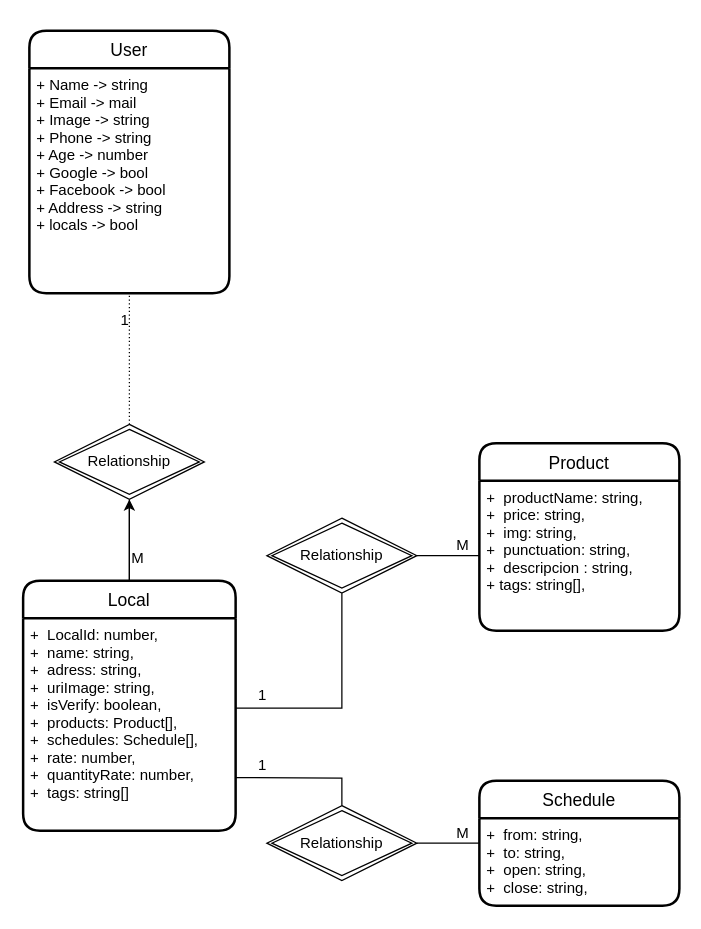
VictorVMHC/Located.API keeps this draw.io diagram as page "Database" (1 of 5) of Documentation/Database.drawio. Above is the earlier version. Source tidied: cells renumbered, new cells numbered last; positions are measured from the earlier drawing's top-left corner, leaving out a move shared by most shapes. Both pictures are drawn from the tidied source at 125%, with x=0, y=0 at pixel (22, 30).
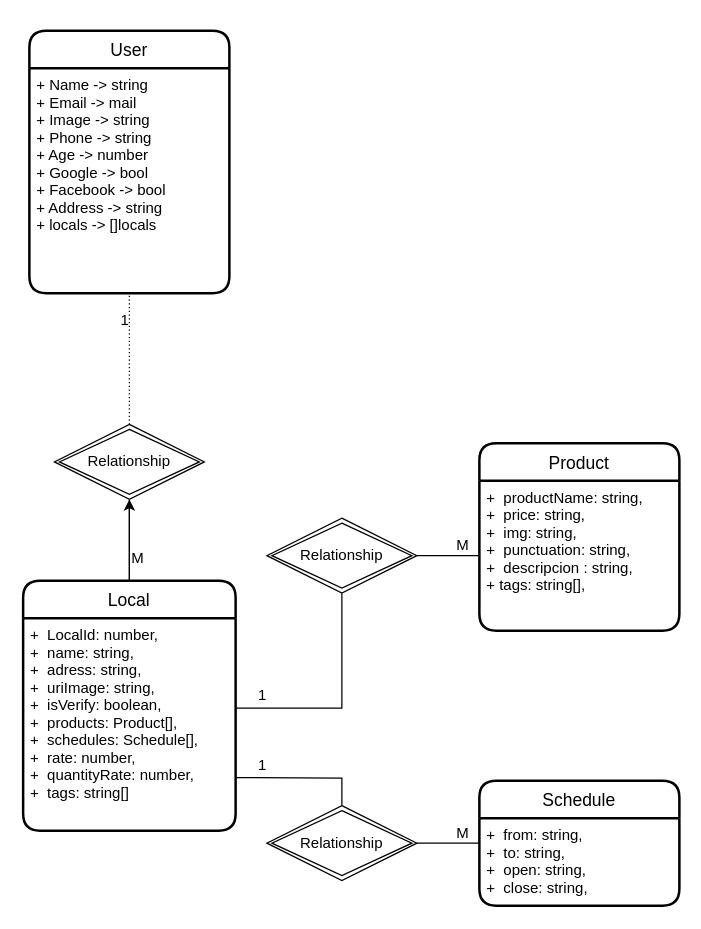
The same diagram, later.

Unchanged cells that the change refers to:
```xml
<mxCell id="3" value="User" style="swimlane;horizontal=1;startSize=30;rounded=1;fontSize=14;fontStyle=0;strokeWidth=2;shadow=0;dashed=0;align=center;" parent="1" vertex="1">
  <mxGeometry x="5" width="160" height="210" as="geometry" />
</mxCell>
```

Diff of the diagram source:
```diff
@@
-    <mxCell id="4" value="+ Name -&gt; string&#10;+ Email -&gt; mail&#10;+ Image -&gt; string&#10;+ Phone -&gt; string&#10;+ Age -&gt; number&#10;+ Google -&gt; bool&#10;+ Facebook -&gt; bool&#10;+ Address -&gt; string&#10;+ locals -&gt; bool&#10;&#10;" style="align=left;strokeColor=none;fillColor=none;spacingLeft=4;fontSize=12;verticalAlign=top;" parent="3" vertex="1">
+    <mxCell id="4" value="+ Name -&gt; string&#10;+ Email -&gt; mail&#10;+ Image -&gt; string&#10;+ Phone -&gt; string&#10;+ Age -&gt; number&#10;+ Google -&gt; bool&#10;+ Facebook -&gt; bool&#10;+ Address -&gt; string&#10;+ locals -&gt; []locals&#10;&#10;" style="align=left;strokeColor=none;fillColor=none;spacingLeft=4;fontSize=12;verticalAlign=top;" parent="3" vertex="1">
       <mxGeometry y="30" width="160" height="180" as="geometry" />
     </mxCell>
```
